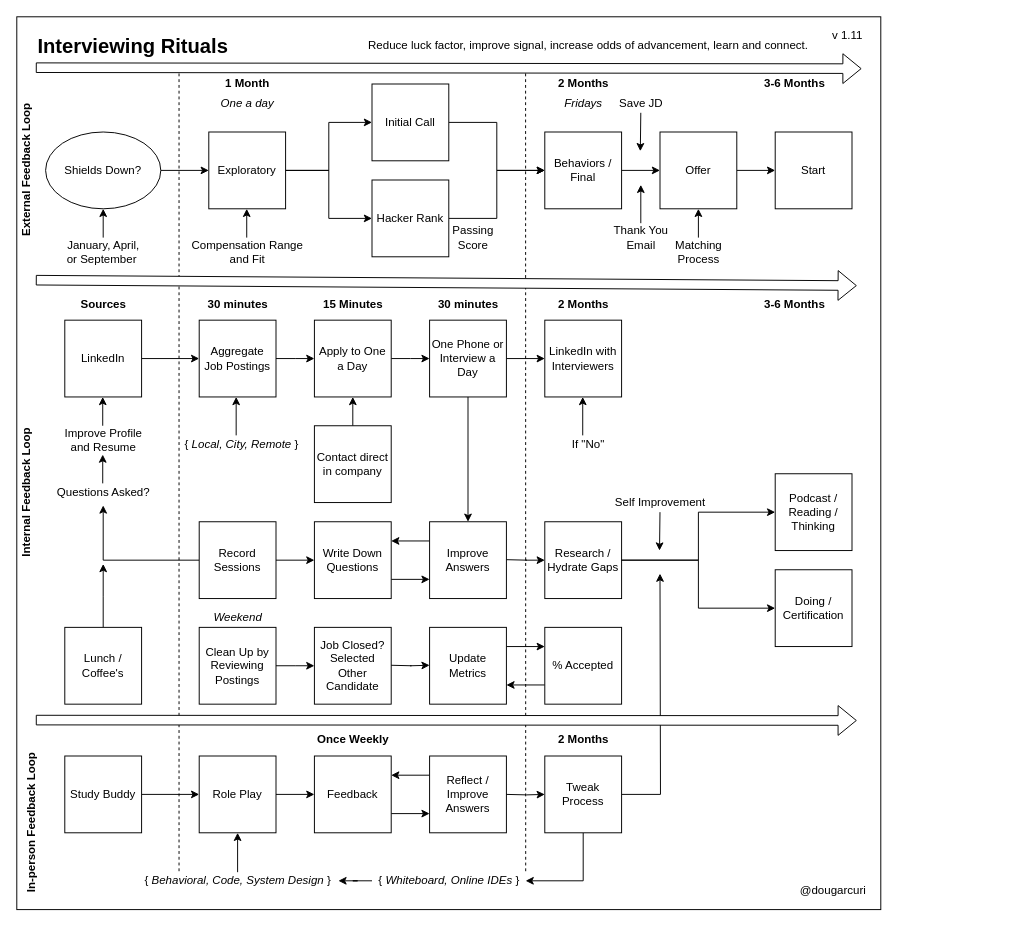
The draw.io diagram interviews/diagrams/interviewing-ritual.drawio in solidi/learning-notes, before the edit. Source tidied: cells renumbered, new cells numbered last; positions are measured from the earlier drawing's top-left corner, leaving out a move shared by most shapes. Both pictures are drawn from the tidied source at 96%, with x=0, y=0 at pixel (-46, 16).
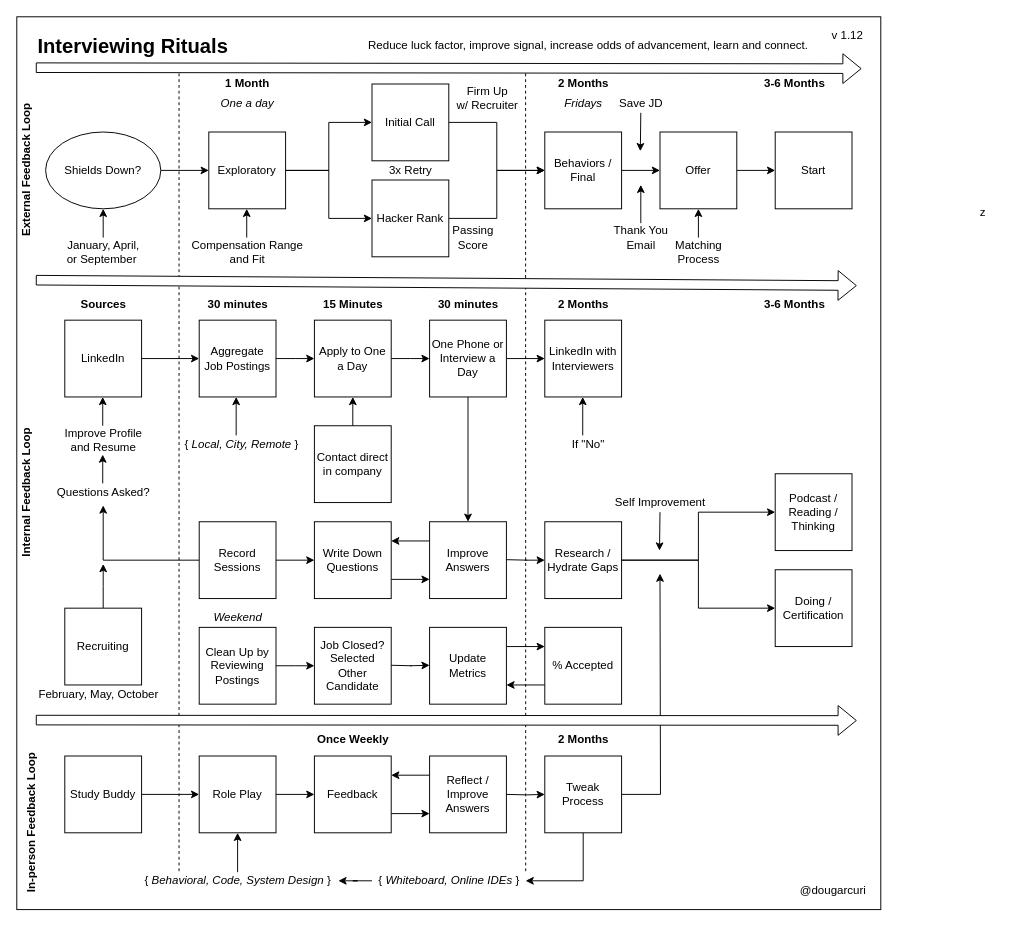
The same page after the edit.

Change to the diagram source:
```diff
@@
-    <mxCell id="48" value="v 1.11" style="text;html=1;align=center;verticalAlign=middle;" parent="1" vertex="1">
+    <mxCell id="48" value="v 1.12" style="text;html=1;align=center;verticalAlign=middle;" parent="1" vertex="1">
       <mxGeometry x="905" y="10" width="50" height="20" as="geometry" />
     </mxCell>
@@
-    <mxCell id="68" style="edgeStyle=orthogonalEdgeStyle;rounded=0;jettySize=auto;html=1;exitX=0.5;exitY=0;exitDx=0;exitDy=0;fillColor=#ffffff;" parent="1" edge="1" source="69">
-      <mxGeometry relative="1" as="geometry">
-        <mxPoint x="155" y="570" as="targetPoint" />
-      </mxGeometry>
-    </mxCell>
-    <mxCell id="69" value="Lunch / Coffee's" style="whiteSpace=wrap;html=1;" parent="1" vertex="1">
-      <mxGeometry x="115" y="636" width="80" height="80" as="geometry" />
-    </mxCell>
@@
+    <mxCell id="115" value="Firm Up &lt;br&gt;w/ Recruiter" style="text;html=1;align=center;verticalAlign=middle;" parent="1" vertex="1">
+      <mxGeometry x="515" y="70" width="80" height="30" as="geometry" />
+    </mxCell>
+    <mxCell id="116" value="3x Retry" style="text;html=1;align=center;verticalAlign=middle;" parent="1" vertex="1">
+      <mxGeometry x="445" y="150" width="60" height="20" as="geometry" />
+    </mxCell>
+    <mxCell id="117" value="z" style="text;html=1;align=center;verticalAlign=middle;" parent="1" vertex="1">
+      <mxGeometry x="1061" y="194" width="20" height="20" as="geometry" />
+    </mxCell>
+    <mxCell id="118" style="edgeStyle=orthogonalEdgeStyle;rounded=0;jettySize=auto;html=1;exitX=0.5;exitY=0;exitDx=0;exitDy=0;fillColor=#ffffff;" parent="1" edge="1" source="119">
+      <mxGeometry relative="1" as="geometry">
+        <mxPoint x="155" y="570" as="targetPoint" />
+      </mxGeometry>
+    </mxCell>
+    <mxCell id="119" value="Recruiting" style="whiteSpace=wrap;html=1;" parent="1" vertex="1">
+      <mxGeometry x="115" y="616" width="80" height="80" as="geometry" />
+    </mxCell>
+    <mxCell id="120" value="February, May, October" style="text;html=1;align=center;verticalAlign=middle;" parent="1" vertex="1">
+      <mxGeometry x="80" y="696" width="140" height="20" as="geometry" />
+    </mxCell>
```
